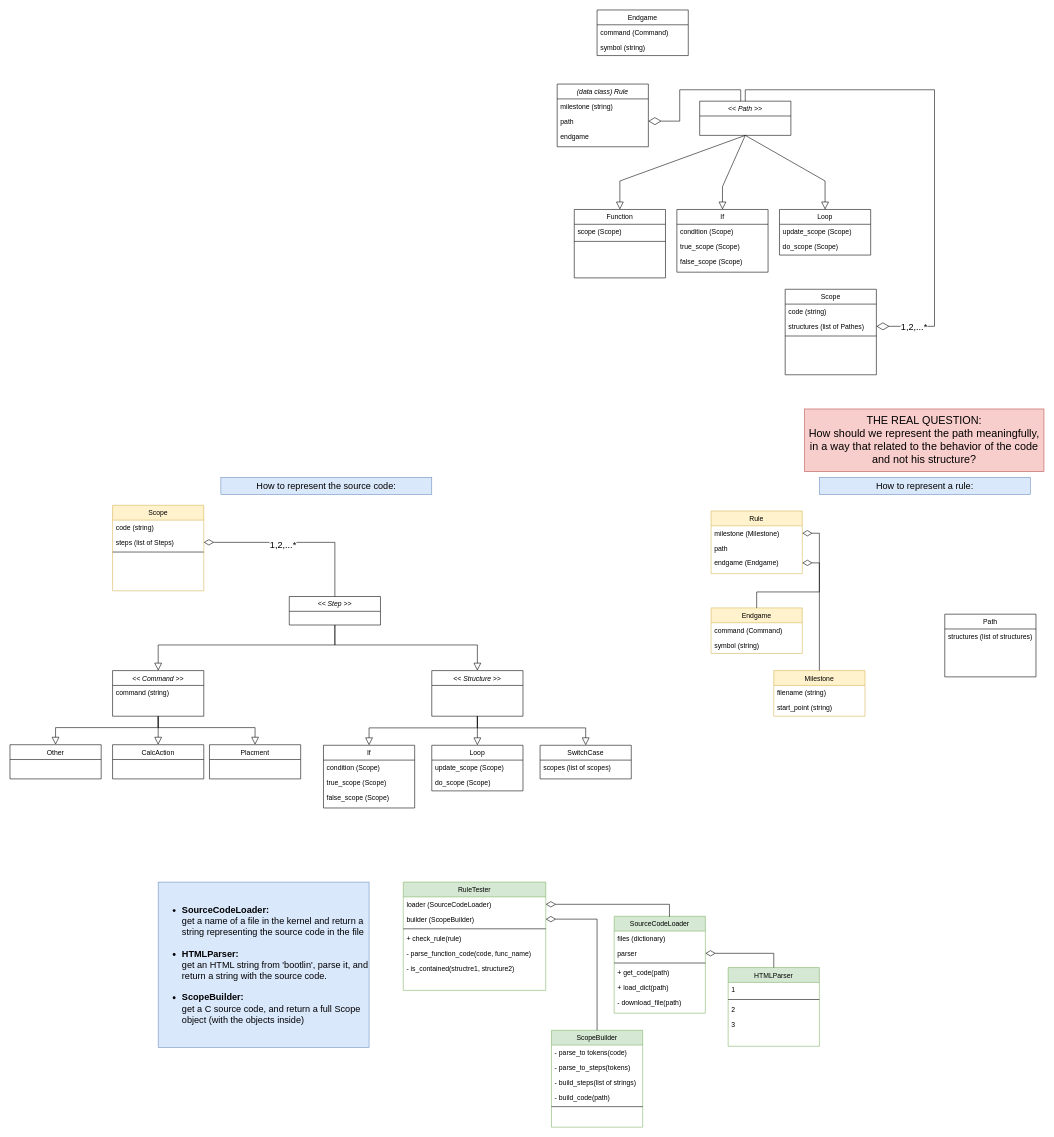
zivnaim/simon keeps this draw.io diagram as Untitled Diagram.drawio. Above is the earlier version. Source tidied: cells renumbered, new cells numbered last; positions are measured from the earlier drawing's top-left corner, leaving out a move shared by most shapes. Both pictures are drawn from the tidied source at 57%, with x=0, y=0 at pixel (10, 10).
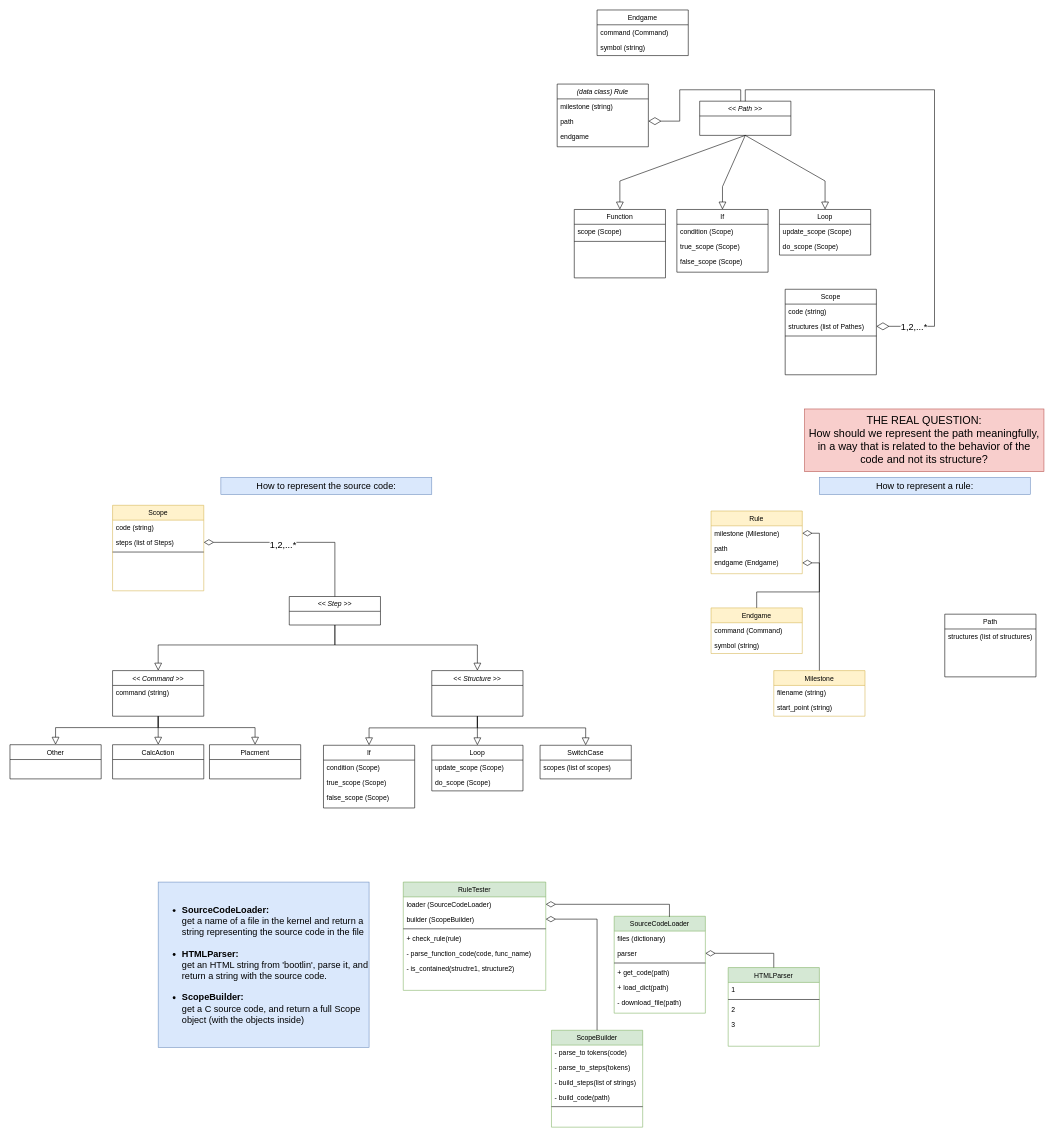
The same diagram, later.

Diff of the diagram source:
```diff
@@
-    <mxCell id="105" value="&lt;div style=&quot;font-size: 19px&quot;&gt;&lt;font style=&quot;font-size: 19px&quot;&gt;THE REAL QUESTION:&lt;/font&gt;&lt;/div&gt;&lt;div style=&quot;font-size: 19px&quot;&gt;&lt;font style=&quot;font-size: 19px&quot;&gt;How should we represent the path meaningfully, in a way that related to the behavior of the code and not his structure?&lt;/font&gt;&lt;/div&gt;" style="text;html=1;strokeColor=#b85450;fillColor=#f8cecc;align=center;verticalAlign=middle;whiteSpace=wrap;rounded=0;fontSize=16;" parent="1" vertex="1">
+    <mxCell id="105" value="&lt;div style=&quot;font-size: 19px&quot;&gt;&lt;font style=&quot;font-size: 19px&quot;&gt;THE REAL QUESTION:&lt;/font&gt;&lt;/div&gt;&lt;div style=&quot;font-size: 19px&quot;&gt;&lt;font style=&quot;font-size: 19px&quot;&gt;How should we represent the path meaningfully, in a way that is related to the behavior of the code and not its structure?&lt;/font&gt;&lt;/div&gt;" style="text;html=1;strokeColor=#b85450;fillColor=#f8cecc;align=center;verticalAlign=middle;whiteSpace=wrap;rounded=0;fontSize=16;" parent="1" vertex="1">
       <mxGeometry x="1394" y="700" width="420" height="110" as="geometry" />
     </mxCell>
```
